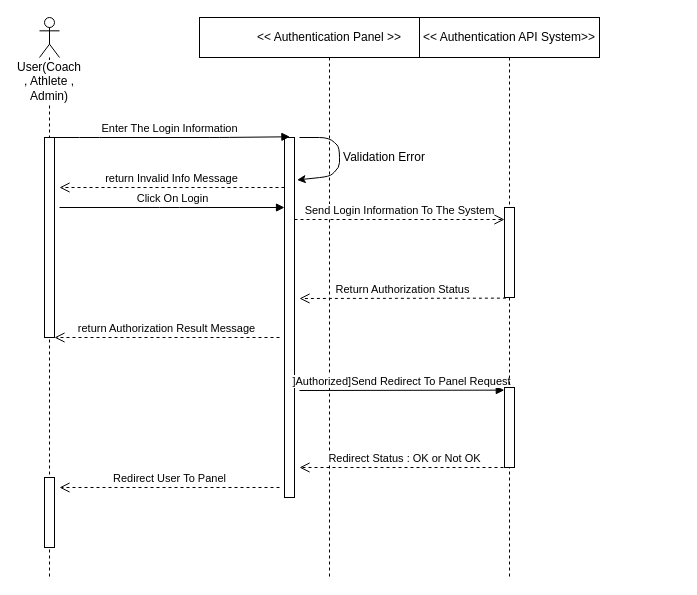
Above: Behavioral Modeling/Sequence Diagram/Login - Sequence Diagram.drawio in mmohajer9/sama-online-coaching-system (draw.io), before the change. Source tidied: cells renumbered, new cells numbered last; positions are measured from the earlier drawing's top-left corner, leaving out a move shared by most shapes. Both pictures are drawn from the tidied source at 100%, with x=0, y=0 at pixel (39, 17).
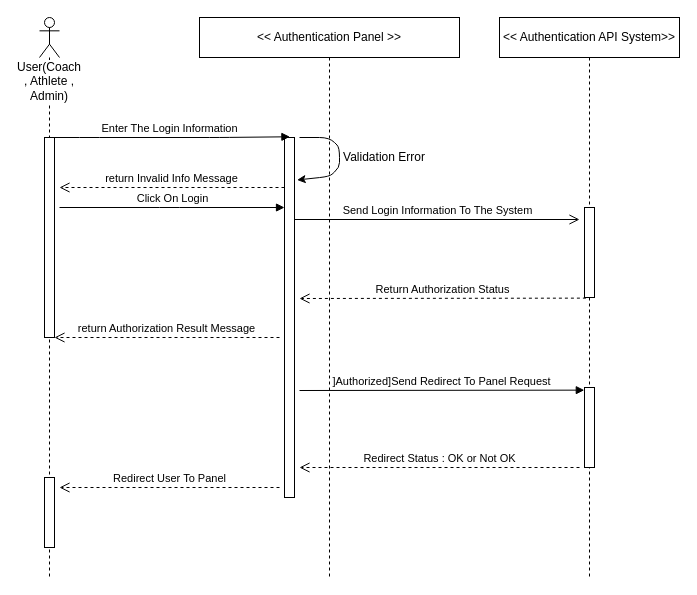
The same diagram, later.

The change refers to these unchanged cells:
```xml
<mxCell id="6" style="html=1;points=[];perimeter=orthogonalPerimeter;" parent="5" vertex="1">
  <mxGeometry x="85" y="120" width="10" height="360" as="geometry" />
</mxCell>
```

The edit, as a diff of the source:
```diff
@@
     <mxCell id="11" value="&amp;lt;&amp;lt; Authentication API System&amp;gt;&amp;gt;" style="shape=umlLifeline;perimeter=lifelinePerimeter;whiteSpace=wrap;html=1;" parent="1" vertex="1">
-      <mxGeometry x="380" width="180" height="560" as="geometry" />
+      <mxGeometry x="460" width="180" height="560" as="geometry" />
     </mxCell>
@@
-    <mxCell id="15" value="Send Login Information To The System" style="html=1;verticalAlign=bottom;endArrow=open;dashed=1;endSize=8;" parent="1" edge="1" source="6">
+    <mxCell id="15" value="Send Login Information To The System" style="html=1;verticalAlign=bottom;endArrow=open;endSize=8;" parent="1" edge="1" source="6">
       <mxGeometry relative="1" as="geometry">
-        <mxPoint x="465" y="202" as="targetPoint" />
+        <mxPoint x="540" y="202" as="targetPoint" />
       </mxGeometry>
     </mxCell>
@@
     <mxCell id="18" value="Redirect Status : OK or Not OK" style="html=1;verticalAlign=bottom;endArrow=open;dashed=1;endSize=8;" parent="1" edge="1">
       <mxGeometry relative="1" as="geometry">
-        <mxPoint x="470" y="450" as="sourcePoint" />
+        <mxPoint x="540" y="450" as="sourcePoint" />
         <mxPoint x="260" y="450" as="targetPoint" />
       </mxGeometry>
     </mxCell>
```
